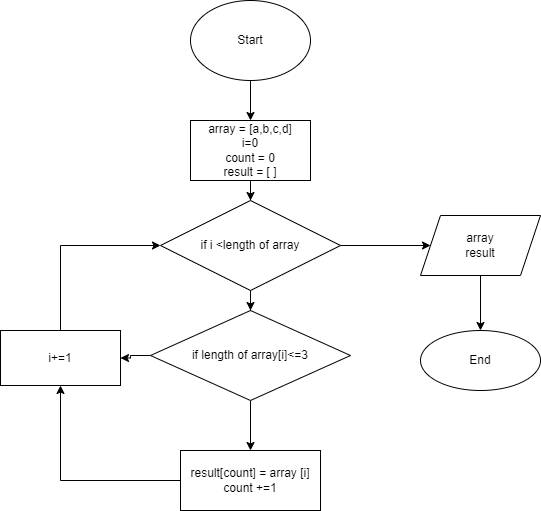
Leodgar2010/first_work keeps this draw.io diagram as algoritm.png. Above is the earlier version. Source tidied: cells renumbered, new cells last; positions are measured from the earlier drawing's top-left corner, leaving out a move shared by most shapes. Its diagram source:
```xml
<mxGraphModel>
  <root>
    <mxCell id="0" />
    <mxCell id="1" parent="0" />
    <mxCell id="2" style="edgeStyle=orthogonalEdgeStyle;rounded=0;jettySize=auto;html=1;" parent="1" edge="1" source="3" target="5">
      <mxGeometry relative="1" as="geometry" />
    </mxCell>
    <mxCell id="3" value="Start" style="ellipse;whiteSpace=wrap;html=1;" parent="1" vertex="1">
      <mxGeometry x="190" width="120" height="80" as="geometry" />
    </mxCell>
    <mxCell id="4" style="edgeStyle=orthogonalEdgeStyle;rounded=0;jettySize=auto;html=1;" parent="1" edge="1" source="5" target="13">
      <mxGeometry relative="1" as="geometry" />
    </mxCell>
    <mxCell id="5" value="array = [a,b,c,d]&lt;br&gt;i=0&lt;br&gt;count = 0&lt;br&gt;result = [ ]" style="rounded=0;whiteSpace=wrap;html=1;" parent="1" vertex="1">
      <mxGeometry x="190" y="120" width="120" height="60" as="geometry" />
    </mxCell>
    <mxCell id="6" style="edgeStyle=orthogonalEdgeStyle;rounded=0;jettySize=auto;html=1;" parent="1" edge="1" source="8" target="10">
      <mxGeometry relative="1" as="geometry" />
    </mxCell>
    <mxCell id="7" style="edgeStyle=orthogonalEdgeStyle;rounded=0;jettySize=auto;html=1;" parent="1" edge="1" source="8" target="15">
      <mxGeometry relative="1" as="geometry" />
    </mxCell>
    <mxCell id="8" value="if length of array[i]&amp;lt;=3" style="rhombus;whiteSpace=wrap;html=1;" parent="1" vertex="1">
      <mxGeometry x="150" y="310" width="200" height="90" as="geometry" />
    </mxCell>
    <mxCell id="9" style="edgeStyle=orthogonalEdgeStyle;rounded=0;jettySize=auto;html=1;entryX=0.5;entryY=1;entryDx=0;entryDy=0;" parent="1" edge="1" source="10" target="15">
      <mxGeometry relative="1" as="geometry" />
    </mxCell>
    <mxCell id="10" value="result[count] = array [i]&lt;br&gt;count +=1" style="rounded=0;whiteSpace=wrap;html=1;" parent="1" vertex="1">
      <mxGeometry x="180" y="450" width="140" height="60" as="geometry" />
    </mxCell>
    <mxCell id="11" style="edgeStyle=orthogonalEdgeStyle;rounded=0;jettySize=auto;html=1;" parent="1" edge="1" source="13" target="8">
      <mxGeometry relative="1" as="geometry" />
    </mxCell>
    <mxCell id="12" style="edgeStyle=orthogonalEdgeStyle;rounded=0;jettySize=auto;html=1;" parent="1" edge="1" source="13" target="17">
      <mxGeometry relative="1" as="geometry" />
    </mxCell>
    <mxCell id="13" value="if i &amp;lt;length of array" style="rhombus;whiteSpace=wrap;html=1;" parent="1" vertex="1">
      <mxGeometry x="160" y="200" width="180" height="90" as="geometry" />
    </mxCell>
    <mxCell id="14" style="edgeStyle=orthogonalEdgeStyle;rounded=0;jettySize=auto;html=1;entryX=0;entryY=0.5;entryDx=0;entryDy=0;" parent="1" edge="1" source="15" target="13">
      <mxGeometry relative="1" as="geometry">
        <Array as="points">
          <mxPoint x="60" y="245" />
        </Array>
      </mxGeometry>
    </mxCell>
    <mxCell id="15" value="i+=1" style="rounded=0;whiteSpace=wrap;html=1;" parent="1" vertex="1">
      <mxGeometry y="330" width="120" height="55" as="geometry" />
    </mxCell>
    <mxCell id="16" style="edgeStyle=orthogonalEdgeStyle;rounded=0;jettySize=auto;html=1;" parent="1" edge="1" source="17" target="18">
      <mxGeometry relative="1" as="geometry" />
    </mxCell>
    <mxCell id="17" value="array&lt;br&gt;result" style="shape=parallelogram;perimeter=parallelogramPerimeter;whiteSpace=wrap;html=1;fixedSize=1;" parent="1" vertex="1">
      <mxGeometry x="420" y="215" width="120" height="60" as="geometry" />
    </mxCell>
    <mxCell id="18" value="End" style="ellipse;whiteSpace=wrap;html=1;" parent="1" vertex="1">
      <mxGeometry x="420" y="330" width="120" height="60" as="geometry" />
    </mxCell>
  </root>
</mxGraphModel>
```
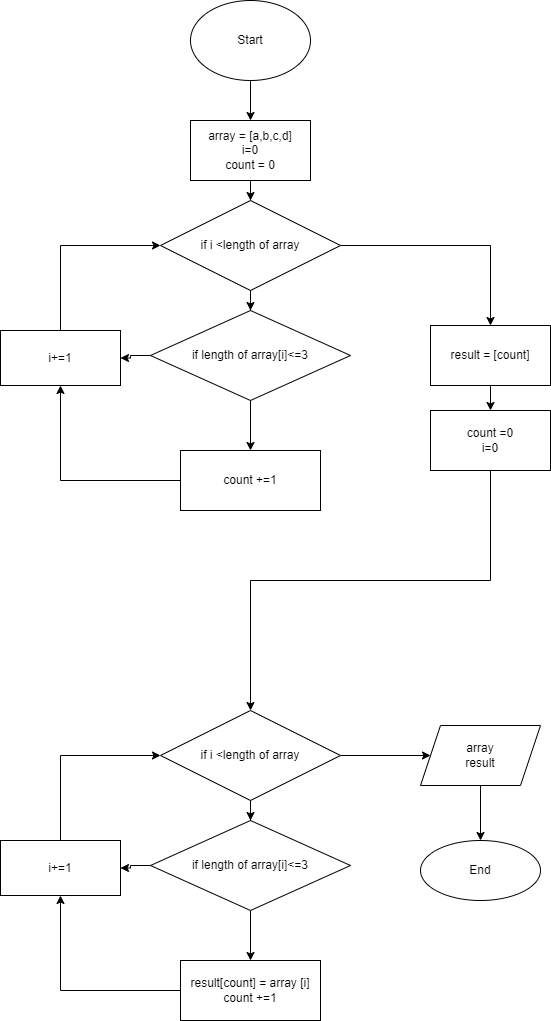
Later version of the same file.

Change to the diagram source:
```diff
@@ -11,7 +11,7 @@
     <mxCell id="4" style="edgeStyle=orthogonalEdgeStyle;rounded=0;jettySize=auto;html=1;" parent="1" edge="1" source="5" target="13">
       <mxGeometry relative="1" as="geometry" />
     </mxCell>
-    <mxCell id="5" value="array = [a,b,c,d]&lt;br&gt;i=0&lt;br&gt;count = 0&lt;br&gt;result = [ ]" style="rounded=0;whiteSpace=wrap;html=1;" parent="1" vertex="1">
+    <mxCell id="5" value="array = [a,b,c,d]&lt;br&gt;i=0&lt;br&gt;count = 0" style="rounded=0;whiteSpace=wrap;html=1;" parent="1" vertex="1">
       <mxGeometry x="190" y="120" width="120" height="60" as="geometry" />
     </mxCell>
     <mxCell id="6" style="edgeStyle=orthogonalEdgeStyle;rounded=0;jettySize=auto;html=1;" parent="1" edge="1" source="8" target="10">
@@ -26,15 +26,15 @@
     <mxCell id="9" style="edgeStyle=orthogonalEdgeStyle;rounded=0;jettySize=auto;html=1;entryX=0.5;entryY=1;entryDx=0;entryDy=0;" parent="1" edge="1" source="10" target="15">
       <mxGeometry relative="1" as="geometry" />
     </mxCell>
-    <mxCell id="10" value="result[count] = array [i]&lt;br&gt;count +=1" style="rounded=0;whiteSpace=wrap;html=1;" parent="1" vertex="1">
+    <mxCell id="10" value="count +=1" style="rounded=0;whiteSpace=wrap;html=1;" parent="1" vertex="1">
       <mxGeometry x="180" y="450" width="140" height="60" as="geometry" />
     </mxCell>
     <mxCell id="11" style="edgeStyle=orthogonalEdgeStyle;rounded=0;jettySize=auto;html=1;" parent="1" edge="1" source="13" target="8">
       <mxGeometry relative="1" as="geometry" />
     </mxCell>
-    <mxCell id="12" style="edgeStyle=orthogonalEdgeStyle;rounded=0;jettySize=auto;html=1;" parent="1" edge="1" source="13" target="17">
-      <mxGeometry relative="1" as="geometry" />
-    </mxCell>
+    <mxCell id="19" style="edgeStyle=orthogonalEdgeStyle;rounded=0;jettySize=auto;html=1;entryX=0.5;entryY=0;entryDx=0;entryDy=0;" parent="1" edge="1" source="13" target="32">
+      <mxGeometry relative="1" as="geometry" />
+    </mxCell>
     <mxCell id="13" value="if i &amp;lt;length of array" style="rhombus;whiteSpace=wrap;html=1;" parent="1" vertex="1">
       <mxGeometry x="160" y="200" width="180" height="90" as="geometry" />
     </mxCell>
@@ -48,14 +48,65 @@
     <mxCell id="15" value="i+=1" style="rounded=0;whiteSpace=wrap;html=1;" parent="1" vertex="1">
       <mxGeometry y="330" width="120" height="55" as="geometry" />
     </mxCell>
+    <mxCell id="20" style="edgeStyle=orthogonalEdgeStyle;rounded=0;jettySize=auto;html=1;" parent="1" edge="1" source="22" target="24">
+      <mxGeometry relative="1" as="geometry" />
+    </mxCell>
+    <mxCell id="21" style="edgeStyle=orthogonalEdgeStyle;rounded=0;jettySize=auto;html=1;" parent="1" edge="1" source="22" target="29">
+      <mxGeometry relative="1" as="geometry" />
+    </mxCell>
+    <mxCell id="22" value="if length of array[i]&amp;lt;=3" style="rhombus;whiteSpace=wrap;html=1;" parent="1" vertex="1">
+      <mxGeometry x="150" y="820" width="200" height="90" as="geometry" />
+    </mxCell>
+    <mxCell id="23" style="edgeStyle=orthogonalEdgeStyle;rounded=0;jettySize=auto;html=1;entryX=0.5;entryY=1;entryDx=0;entryDy=0;" parent="1" edge="1" source="24" target="29">
+      <mxGeometry relative="1" as="geometry" />
+    </mxCell>
+    <mxCell id="24" value="result[count] = array [i]&lt;br&gt;count +=1" style="rounded=0;whiteSpace=wrap;html=1;" parent="1" vertex="1">
+      <mxGeometry x="180" y="960" width="140" height="60" as="geometry" />
+    </mxCell>
+    <mxCell id="25" style="edgeStyle=orthogonalEdgeStyle;rounded=0;jettySize=auto;html=1;" parent="1" edge="1" source="27" target="22">
+      <mxGeometry relative="1" as="geometry" />
+    </mxCell>
+    <mxCell id="26" style="edgeStyle=orthogonalEdgeStyle;rounded=0;jettySize=auto;html=1;" parent="1" edge="1" source="27" target="17">
+      <mxGeometry relative="1" as="geometry" />
+    </mxCell>
+    <mxCell id="27" value="if i &amp;lt;length of array" style="rhombus;whiteSpace=wrap;html=1;" parent="1" vertex="1">
+      <mxGeometry x="160" y="710" width="180" height="90" as="geometry" />
+    </mxCell>
+    <mxCell id="28" style="edgeStyle=orthogonalEdgeStyle;rounded=0;jettySize=auto;html=1;entryX=0;entryY=0.5;entryDx=0;entryDy=0;" parent="1" edge="1" source="29" target="27">
+      <mxGeometry relative="1" as="geometry">
+        <Array as="points">
+          <mxPoint x="60" y="755" />
+        </Array>
+      </mxGeometry>
+    </mxCell>
+    <mxCell id="29" value="i+=1" style="rounded=0;whiteSpace=wrap;html=1;" parent="1" vertex="1">
+      <mxGeometry y="840" width="120" height="55" as="geometry" />
+    </mxCell>
     <mxCell id="16" style="edgeStyle=orthogonalEdgeStyle;rounded=0;jettySize=auto;html=1;" parent="1" edge="1" source="17" target="18">
       <mxGeometry relative="1" as="geometry" />
     </mxCell>
     <mxCell id="17" value="array&lt;br&gt;result" style="shape=parallelogram;perimeter=parallelogramPerimeter;whiteSpace=wrap;html=1;fixedSize=1;" parent="1" vertex="1">
-      <mxGeometry x="420" y="215" width="120" height="60" as="geometry" />
+      <mxGeometry x="420" y="725" width="120" height="60" as="geometry" />
     </mxCell>
     <mxCell id="18" value="End" style="ellipse;whiteSpace=wrap;html=1;" parent="1" vertex="1">
-      <mxGeometry x="420" y="330" width="120" height="60" as="geometry" />
+      <mxGeometry x="420" y="840" width="120" height="60" as="geometry" />
     </mxCell>
+    <mxCell id="30" style="edgeStyle=orthogonalEdgeStyle;rounded=0;jettySize=auto;html=1;entryX=0.5;entryY=0;entryDx=0;entryDy=0;exitX=0.5;exitY=1;exitDx=0;exitDy=0;" parent="1" edge="1" source="33" target="27">
+      <mxGeometry relative="1" as="geometry">
+        <Array as="points">
+          <mxPoint x="490" y="580" />
+          <mxPoint x="250" y="580" />
+        </Array>
+      </mxGeometry>
+    </mxCell>
+    <mxCell id="31" style="edgeStyle=orthogonalEdgeStyle;rounded=0;jettySize=auto;html=1;" parent="1" edge="1" source="32" target="33">
+      <mxGeometry relative="1" as="geometry" />
+    </mxCell>
+    <mxCell id="32" value="result = [count]" style="rounded=0;whiteSpace=wrap;html=1;" parent="1" vertex="1">
+      <mxGeometry x="430" y="325" width="120" height="60" as="geometry" />
+    </mxCell>
+    <mxCell id="33" value="count =0&lt;br&gt;i=0" style="rounded=0;whiteSpace=wrap;html=1;" parent="1" vertex="1">
+      <mxGeometry x="430" y="410" width="120" height="60" as="geometry" />
+    </mxCell>
   </root>
 </mxGraphModel>
```
